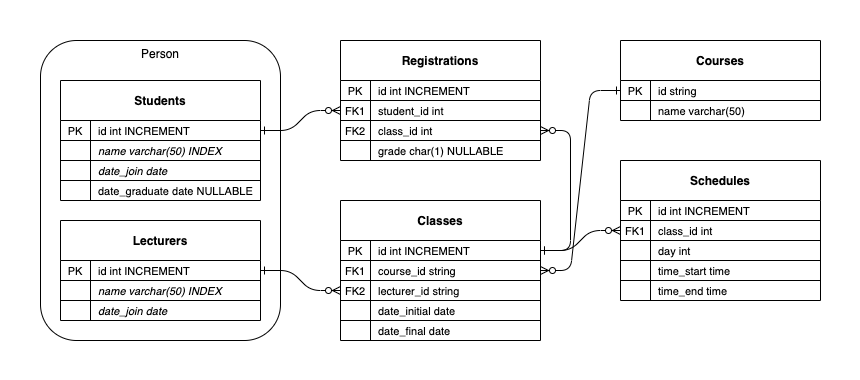
hanggrian/IIT-CS425 keeps this draw.io diagram as University Database/schema.png. Above is the earlier version. Source tidied: cells renumbered, new cells last; positions are measured from the earlier drawing's top-left corner, leaving out a move shared by most shapes.
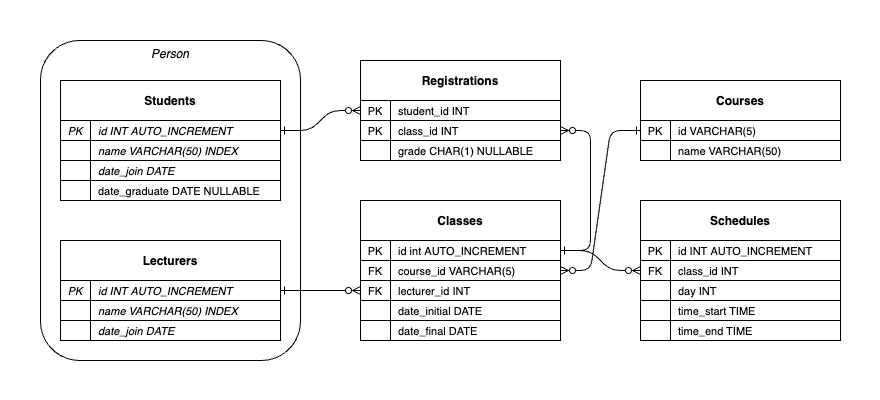
After the change.

Commit message:
Add Homework 1.3, new directory Slides, fix schema (composite key, invalid syntax, dimension & position)

The edit, as a diff of the source:
```diff
@@ -5,3 +5,3 @@
     <mxCell id="2" value="Courses" style="shape=table;startSize=40;rowLines=0;fontStyle=1;align=center;fontSize=12;swimlaneFillColor=none;" parent="1" vertex="1">
-      <mxGeometry x="580" width="200" height="80" as="geometry" />
+      <mxGeometry x="600" y="40" width="200" height="80" as="geometry" />
     </mxCell>
@@ -13,3 +13,3 @@
     </mxCell>
-    <mxCell id="5" value="id string" style="shape=partialRectangle;overflow=hidden;fillColor=none;top=0;left=0;bottom=0;right=0;align=left;spacingLeft=6;fontStyle=0;fontSize=11;" parent="3" vertex="1">
+    <mxCell id="5" value="id VARCHAR(5)" style="shape=partialRectangle;overflow=hidden;fillColor=none;top=0;left=0;bottom=0;right=0;align=left;spacingLeft=6;fontStyle=0;fontSize=11;" parent="3" vertex="1">
       <mxGeometry x="30" width="170" height="20" as="geometry" />
@@ -22,3 +22,3 @@
     </mxCell>
-    <mxCell id="8" value="name varchar(50)" style="shape=partialRectangle;overflow=hidden;fillColor=none;top=0;left=0;bottom=0;right=0;align=left;spacingLeft=6;fontSize=11;" parent="6" vertex="1">
+    <mxCell id="8" value="name VARCHAR(50)" style="shape=partialRectangle;overflow=hidden;fillColor=none;top=0;left=0;bottom=0;right=0;align=left;spacingLeft=6;fontSize=11;" parent="6" vertex="1">
       <mxGeometry x="30" width="170" height="20" as="geometry" />
@@ -26,3 +26,3 @@
     <mxCell id="9" value="Classes" style="shape=table;startSize=40;rowLines=0;fontStyle=1;align=center;fontSize=12;swimlaneFillColor=none;" parent="1" vertex="1">
-      <mxGeometry x="300" y="160" width="200" height="140" as="geometry" />
+      <mxGeometry x="320" y="160" width="200" height="140" as="geometry" />
     </mxCell>
@@ -34,3 +34,3 @@
     </mxCell>
-    <mxCell id="12" value="id int INCREMENT" style="shape=partialRectangle;overflow=hidden;fillColor=none;top=0;left=0;bottom=0;right=0;align=left;spacingLeft=6;fontStyle=0;fontSize=11;" parent="10" vertex="1">
+    <mxCell id="12" value="id int AUTO_INCREMENT" style="shape=partialRectangle;overflow=hidden;fillColor=none;top=0;left=0;bottom=0;right=0;align=left;spacingLeft=6;fontStyle=0;fontSize=11;" parent="10" vertex="1">
       <mxGeometry x="30" width="170" height="20" as="geometry" />
@@ -40,6 +40,6 @@
     </mxCell>
-    <mxCell id="14" value="FK1" style="shape=partialRectangle;fillColor=none;top=0;left=0;bottom=0;right=0;fontStyle=0;overflow=hidden;fontSize=11;" parent="13" vertex="1">
+    <mxCell id="14" value="FK" style="shape=partialRectangle;fillColor=none;top=0;left=0;bottom=0;right=0;fontStyle=0;overflow=hidden;fontSize=11;" parent="13" vertex="1">
       <mxGeometry width="30" height="20" as="geometry" />
     </mxCell>
-    <mxCell id="15" value="course_id string" style="shape=partialRectangle;fillColor=none;top=0;left=0;bottom=0;right=0;align=left;spacingLeft=6;fontStyle=0;overflow=hidden;fontSize=11;" parent="13" vertex="1">
+    <mxCell id="15" value="course_id VARCHAR(5)" style="shape=partialRectangle;fillColor=none;top=0;left=0;bottom=0;right=0;align=left;spacingLeft=6;fontStyle=0;overflow=hidden;fontSize=11;" parent="13" vertex="1">
       <mxGeometry x="30" width="170" height="20" as="geometry" />
@@ -49,6 +49,6 @@
     </mxCell>
-    <mxCell id="17" value="FK2" style="shape=partialRectangle;fillColor=none;top=0;left=0;bottom=0;right=0;fontStyle=0;overflow=hidden;fontSize=11;" parent="16" vertex="1">
+    <mxCell id="17" value="FK" style="shape=partialRectangle;fillColor=none;top=0;left=0;bottom=0;right=0;fontStyle=0;overflow=hidden;fontSize=11;" parent="16" vertex="1">
       <mxGeometry width="30" height="20" as="geometry" />
     </mxCell>
-    <mxCell id="18" value="lecturer_id string" style="shape=partialRectangle;fillColor=none;top=0;left=0;bottom=0;right=0;align=left;spacingLeft=6;fontStyle=0;overflow=hidden;fontSize=11;" parent="16" vertex="1">
+    <mxCell id="18" value="lecturer_id INT" style="shape=partialRectangle;fillColor=none;top=0;left=0;bottom=0;right=0;align=left;spacingLeft=6;fontStyle=0;overflow=hidden;fontSize=11;" parent="16" vertex="1">
       <mxGeometry x="30" width="170" height="20" as="geometry" />
@@ -61,3 +61,3 @@
     </mxCell>
-    <mxCell id="21" value="date_initial date" style="shape=partialRectangle;fillColor=none;top=0;left=0;bottom=0;right=0;align=left;spacingLeft=6;fontStyle=0;overflow=hidden;fontSize=11;" parent="19" vertex="1">
+    <mxCell id="21" value="date_initial DATE" style="shape=partialRectangle;fillColor=none;top=0;left=0;bottom=0;right=0;align=left;spacingLeft=6;fontStyle=0;overflow=hidden;fontSize=11;" parent="19" vertex="1">
       <mxGeometry x="30" width="170" height="20" as="geometry" />
@@ -70,3 +70,3 @@
     </mxCell>
-    <mxCell id="24" value="date_final date" style="shape=partialRectangle;overflow=hidden;fillColor=none;top=0;left=0;bottom=0;right=0;align=left;spacingLeft=6;fontSize=11;" parent="22" vertex="1">
+    <mxCell id="24" value="date_final DATE" style="shape=partialRectangle;overflow=hidden;fillColor=none;top=0;left=0;bottom=0;right=0;align=left;spacingLeft=6;fontSize=11;" parent="22" vertex="1">
       <mxGeometry x="30" width="170" height="20" as="geometry" />
@@ -80,3 +80,3 @@
     <mxCell id="27" value="Registrations" style="shape=table;startSize=40;rowLines=0;fontStyle=1;align=center;fontSize=12;swimlaneFillColor=none;" parent="1" vertex="1">
-      <mxGeometry x="300" width="200" height="120" as="geometry" />
+      <mxGeometry x="320" y="20" width="200" height="100" as="geometry" />
     </mxCell>
@@ -88,3 +88,3 @@
     </mxCell>
-    <mxCell id="30" value="id int INCREMENT" style="shape=partialRectangle;overflow=hidden;fillColor=none;top=0;left=0;bottom=0;right=0;align=left;spacingLeft=6;fontStyle=0;fontSize=11;" parent="28" vertex="1">
+    <mxCell id="30" value="student_id INT" style="shape=partialRectangle;overflow=hidden;fillColor=none;top=0;left=0;bottom=0;right=0;align=left;spacingLeft=6;fontStyle=0;fontSize=11;" parent="28" vertex="1">
       <mxGeometry x="30" width="170" height="20" as="geometry" />
@@ -94,19 +94,10 @@
     </mxCell>
-    <mxCell id="32" value="FK1" style="shape=partialRectangle;fillColor=none;top=0;left=0;bottom=0;right=0;fontStyle=0;overflow=hidden;fontSize=11;" parent="31" vertex="1">
+    <mxCell id="32" value="PK" style="shape=partialRectangle;fillColor=none;top=0;left=0;bottom=0;right=0;fontStyle=0;overflow=hidden;fontSize=11;" parent="31" vertex="1">
       <mxGeometry width="30" height="20" as="geometry" />
     </mxCell>
-    <mxCell id="33" value="student_id int" style="shape=partialRectangle;fillColor=none;top=0;left=0;bottom=0;right=0;align=left;spacingLeft=6;fontStyle=0;overflow=hidden;fontSize=11;" parent="31" vertex="1">
+    <mxCell id="33" value="class_id INT" style="shape=partialRectangle;fillColor=none;top=0;left=0;bottom=0;right=0;align=left;spacingLeft=6;fontStyle=0;overflow=hidden;fontSize=11;" parent="31" vertex="1">
       <mxGeometry x="30" width="170" height="20" as="geometry" />
     </mxCell>
-    <mxCell id="34" style="shape=partialRectangle;fillColor=none;top=0;left=0;bottom=1;right=0;points=[[0,0.5],[1,0.5]];portConstraint=eastwest;fontSize=11;" parent="27" vertex="1">
-      <mxGeometry y="80" width="200" height="20" as="geometry" />
-    </mxCell>
-    <mxCell id="35" value="FK2" style="shape=partialRectangle;fillColor=none;top=0;left=0;bottom=0;right=0;fontStyle=0;overflow=hidden;fontSize=11;" parent="34" vertex="1">
-      <mxGeometry width="30" height="20" as="geometry" />
-    </mxCell>
-    <mxCell id="36" value="class_id int" style="shape=partialRectangle;fillColor=none;top=0;left=0;bottom=0;right=0;align=left;spacingLeft=6;fontStyle=0;overflow=hidden;fontSize=11;" parent="34" vertex="1">
-      <mxGeometry x="30" width="170" height="20" as="geometry" />
-    </mxCell>
     <mxCell id="37" style="shape=partialRectangle;fillColor=none;top=0;left=0;right=0;bottom=0;fontSize=11;" parent="27" vertex="1">
-      <mxGeometry y="100" width="200" height="20" as="geometry" />
+      <mxGeometry y="80" width="200" height="20" as="geometry" />
     </mxCell>
@@ -115,9 +106,9 @@
     </mxCell>
-    <mxCell id="39" value="grade char(1) NULLABLE" style="shape=partialRectangle;overflow=hidden;fillColor=none;top=0;left=0;bottom=0;right=0;align=left;spacingLeft=6;fontSize=11;" parent="37" vertex="1">
+    <mxCell id="39" value="grade CHAR(1) NULLABLE" style="shape=partialRectangle;overflow=hidden;fillColor=none;top=0;left=0;bottom=0;right=0;align=left;spacingLeft=6;fontSize=11;" parent="37" vertex="1">
       <mxGeometry x="30" width="170" height="20" as="geometry" />
     </mxCell>
-    <mxCell id="40" style="edgeStyle=entityRelationEdgeStyle;endArrow=ERzeroToMany;startArrow=ERone;endFill=1;startFill=0;fontSize=11;entryX=0;entryY=0.5;entryDx=0;entryDy=0;exitX=1;exitY=0.5;exitDx=0;exitDy=0;" parent="1" edge="1" source="61" target="31">
+    <mxCell id="40" style="edgeStyle=entityRelationEdgeStyle;endArrow=ERzeroToMany;startArrow=ERone;endFill=1;startFill=0;fontSize=11;entryX=0;entryY=0.5;entryDx=0;entryDy=0;exitX=1;exitY=0.5;exitDx=0;exitDy=0;" parent="1" edge="1" source="61" target="28">
       <mxGeometry relative="1" as="geometry" />
     </mxCell>
-    <mxCell id="41" style="edgeStyle=entityRelationEdgeStyle;endArrow=ERzeroToMany;startArrow=ERone;endFill=1;startFill=0;fontSize=11;entryX=1;entryY=0.5;entryDx=0;entryDy=0;exitX=1;exitY=0.5;exitDx=0;exitDy=0;" parent="1" edge="1" source="10" target="34">
+    <mxCell id="41" style="edgeStyle=entityRelationEdgeStyle;endArrow=ERzeroToMany;startArrow=ERone;endFill=1;startFill=0;fontSize=11;entryX=1;entryY=0.5;entryDx=0;entryDy=0;exitX=1;exitY=0.5;exitDx=0;exitDy=0;" parent="1" edge="1" source="10" target="31">
       <mxGeometry relative="1" as="geometry" />
@@ -125,3 +116,3 @@
     <mxCell id="42" value="Schedules" style="shape=table;startSize=40;rowLines=0;fontStyle=1;align=center;fontSize=12;swimlaneFillColor=none;" parent="1" vertex="1">
-      <mxGeometry x="580" y="120" width="200" height="140" as="geometry" />
+      <mxGeometry x="600" y="160" width="200" height="140" as="geometry" />
     </mxCell>
@@ -133,3 +124,3 @@
     </mxCell>
-    <mxCell id="45" value="id int INCREMENT" style="shape=partialRectangle;overflow=hidden;fillColor=none;top=0;left=0;bottom=0;right=0;align=left;spacingLeft=6;fontStyle=0;fontSize=11;" parent="43" vertex="1">
+    <mxCell id="45" value="id INT AUTO_INCREMENT" style="shape=partialRectangle;overflow=hidden;fillColor=none;top=0;left=0;bottom=0;right=0;align=left;spacingLeft=6;fontStyle=0;fontSize=11;" parent="43" vertex="1">
       <mxGeometry x="30" width="170" height="20" as="geometry" />
@@ -139,6 +130,6 @@
     </mxCell>
-    <mxCell id="47" value="FK1" style="shape=partialRectangle;fillColor=none;top=0;left=0;bottom=0;right=0;fontStyle=0;overflow=hidden;fontSize=11;" parent="46" vertex="1">
+    <mxCell id="47" value="FK" style="shape=partialRectangle;fillColor=none;top=0;left=0;bottom=0;right=0;fontStyle=0;overflow=hidden;fontSize=11;" parent="46" vertex="1">
       <mxGeometry width="30" height="20" as="geometry" />
     </mxCell>
-    <mxCell id="48" value="class_id int" style="shape=partialRectangle;fillColor=none;top=0;left=0;bottom=0;right=0;align=left;spacingLeft=6;fontStyle=0;overflow=hidden;fontSize=11;" parent="46" vertex="1">
+    <mxCell id="48" value="class_id INT" style="shape=partialRectangle;fillColor=none;top=0;left=0;bottom=0;right=0;align=left;spacingLeft=6;fontStyle=0;overflow=hidden;fontSize=11;" parent="46" vertex="1">
       <mxGeometry x="30" width="170" height="20" as="geometry" />
@@ -151,3 +142,3 @@
     </mxCell>
-    <mxCell id="51" value="day int" style="shape=partialRectangle;fillColor=none;top=0;left=0;bottom=0;right=0;align=left;spacingLeft=6;fontStyle=0;overflow=hidden;fontSize=11;" parent="49" vertex="1">
+    <mxCell id="51" value="day INT" style="shape=partialRectangle;fillColor=none;top=0;left=0;bottom=0;right=0;align=left;spacingLeft=6;fontStyle=0;overflow=hidden;fontSize=11;" parent="49" vertex="1">
       <mxGeometry x="30" width="170" height="20" as="geometry" />
@@ -160,3 +151,3 @@
     </mxCell>
-    <mxCell id="54" value="time_start time" style="shape=partialRectangle;fillColor=none;top=0;left=0;bottom=0;right=0;align=left;spacingLeft=6;fontStyle=0;overflow=hidden;fontSize=11;" parent="52" vertex="1">
+    <mxCell id="54" value="time_start TIME" style="shape=partialRectangle;fillColor=none;top=0;left=0;bottom=0;right=0;align=left;spacingLeft=6;fontStyle=0;overflow=hidden;fontSize=11;" parent="52" vertex="1">
       <mxGeometry x="30" width="170" height="20" as="geometry" />
@@ -169,3 +160,3 @@
     </mxCell>
-    <mxCell id="57" value="time_end time" style="shape=partialRectangle;overflow=hidden;fillColor=none;top=0;left=0;bottom=0;right=0;align=left;spacingLeft=6;fontSize=11;" parent="55" vertex="1">
+    <mxCell id="57" value="time_end TIME" style="shape=partialRectangle;overflow=hidden;fillColor=none;top=0;left=0;bottom=0;right=0;align=left;spacingLeft=6;fontSize=11;" parent="55" vertex="1">
       <mxGeometry x="30" width="170" height="20" as="geometry" />
@@ -175,19 +166,19 @@
     </mxCell>
-    <mxCell id="59" value="Person" style="group;strokeColor=default;rounded=1;shadow=0;glass=0;" parent="1" vertex="1">
-      <mxGeometry width="240" height="300" as="geometry" />
+    <mxCell id="59" value="Person" style="group;strokeColor=default;rounded=1;shadow=0;glass=0;fontStyle=2;" parent="1" vertex="1">
+      <mxGeometry width="260" height="320" as="geometry" />
     </mxCell>
     <mxCell id="60" value="Students" style="shape=table;startSize=40;rowLines=0;fontStyle=1;align=center;fontSize=12;swimlaneFillColor=none;" parent="59" vertex="1">
-      <mxGeometry x="20" y="40" width="200" height="120" as="geometry" />
+      <mxGeometry x="20" y="40" width="220" height="120" as="geometry" />
     </mxCell>
     <mxCell id="61" style="shape=partialRectangle;fillColor=none;points=[[0,0.5],[1,0.5]];portConstraint=eastwest;top=0;left=0;right=0;bottom=1;fontSize=11;" parent="60" vertex="1">
-      <mxGeometry y="40" width="200" height="20" as="geometry" />
+      <mxGeometry y="40" width="220" height="20" as="geometry" />
     </mxCell>
-    <mxCell id="62" value="PK" style="shape=partialRectangle;overflow=hidden;fillColor=none;top=0;left=0;bottom=0;right=0;fontStyle=0;fontSize=11;" parent="61" vertex="1">
+    <mxCell id="62" value="PK" style="shape=partialRectangle;overflow=hidden;fillColor=none;top=0;left=0;bottom=0;right=0;fontStyle=2;fontSize=11;" parent="61" vertex="1">
       <mxGeometry width="30" height="20" as="geometry" />
     </mxCell>
-    <mxCell id="63" value="id int INCREMENT" style="shape=partialRectangle;overflow=hidden;fillColor=none;top=0;left=0;bottom=0;right=0;align=left;spacingLeft=6;fontStyle=0;fontSize=11;" parent="61" vertex="1">
-      <mxGeometry x="30" width="170" height="20" as="geometry" />
+    <mxCell id="63" value="id INT AUTO_INCREMENT" style="shape=partialRectangle;overflow=hidden;fillColor=none;top=0;left=0;bottom=0;right=0;align=left;spacingLeft=6;fontStyle=2;fontSize=11;" parent="61" vertex="1">
+      <mxGeometry x="30" width="190" height="20" as="geometry" />
     </mxCell>
     <mxCell id="64" style="shape=partialRectangle;fillColor=none;top=0;left=0;bottom=1;right=0;fontSize=11;" parent="60" vertex="1">
-      <mxGeometry y="60" width="200" height="20" as="geometry" />
+      <mxGeometry y="60" width="220" height="20" as="geometry" />
     </mxCell>
@@ -196,7 +187,7 @@
     </mxCell>
-    <mxCell id="66" value="name varchar(50) INDEX" style="shape=partialRectangle;fillColor=none;top=0;left=0;bottom=0;right=0;align=left;spacingLeft=6;fontStyle=2;overflow=hidden;fontSize=11;" parent="64" vertex="1">
-      <mxGeometry x="30" width="170" height="20" as="geometry" />
+    <mxCell id="66" value="name VARCHAR(50) INDEX" style="shape=partialRectangle;fillColor=none;top=0;left=0;bottom=0;right=0;align=left;spacingLeft=6;fontStyle=2;overflow=hidden;fontSize=11;" parent="64" vertex="1">
+      <mxGeometry x="30" width="190" height="20" as="geometry" />
     </mxCell>
     <mxCell id="67" style="shape=partialRectangle;fillColor=none;top=0;left=0;bottom=1;right=0;fontSize=11;" parent="60" vertex="1">
-      <mxGeometry y="80" width="200" height="20" as="geometry" />
+      <mxGeometry y="80" width="220" height="20" as="geometry" />
     </mxCell>
@@ -205,7 +196,7 @@
     </mxCell>
-    <mxCell id="69" value="date_join date" style="shape=partialRectangle;fillColor=none;top=0;left=0;bottom=0;right=0;align=left;spacingLeft=6;fontStyle=2;overflow=hidden;fontSize=11;" parent="67" vertex="1">
-      <mxGeometry x="30" width="170" height="20" as="geometry" />
+    <mxCell id="69" value="date_join DATE" style="shape=partialRectangle;fillColor=none;top=0;left=0;bottom=0;right=0;align=left;spacingLeft=6;fontStyle=2;overflow=hidden;fontSize=11;" parent="67" vertex="1">
+      <mxGeometry x="30" width="190" height="20" as="geometry" />
     </mxCell>
     <mxCell id="70" style="shape=partialRectangle;fillColor=none;top=0;left=0;right=0;bottom=0;fontSize=11;" parent="60" vertex="1">
-      <mxGeometry y="100" width="200" height="20" as="geometry" />
+      <mxGeometry y="100" width="220" height="20" as="geometry" />
     </mxCell>
@@ -214,19 +205,19 @@
     </mxCell>
-    <mxCell id="72" value="date_graduate date NULLABLE" style="shape=partialRectangle;overflow=hidden;fillColor=none;top=0;left=0;bottom=0;right=0;align=left;spacingLeft=6;fontSize=11;" parent="70" vertex="1">
-      <mxGeometry x="30" width="170" height="20" as="geometry" />
+    <mxCell id="72" value="date_graduate DATE NULLABLE" style="shape=partialRectangle;overflow=hidden;fillColor=none;top=0;left=0;bottom=0;right=0;align=left;spacingLeft=6;fontSize=11;" parent="70" vertex="1">
+      <mxGeometry x="30" width="190" height="20" as="geometry" />
     </mxCell>
     <mxCell id="73" value="Lecturers" style="shape=table;startSize=40;rowLines=0;fontStyle=1;align=center;fontSize=12;swimlaneFillColor=none;" parent="59" vertex="1">
-      <mxGeometry x="20" y="180" width="200" height="100" as="geometry" />
+      <mxGeometry x="20" y="200" width="220" height="100" as="geometry" />
     </mxCell>
     <mxCell id="74" style="shape=partialRectangle;fillColor=none;points=[[0,0.5],[1,0.5]];portConstraint=eastwest;top=0;left=0;right=0;bottom=1;fontSize=11;" parent="73" vertex="1">
-      <mxGeometry y="40" width="200" height="20" as="geometry" />
+      <mxGeometry y="40" width="220" height="20" as="geometry" />
     </mxCell>
-    <mxCell id="75" value="PK" style="shape=partialRectangle;overflow=hidden;fillColor=none;top=0;left=0;bottom=0;right=0;fontStyle=0;fontSize=11;" parent="74" vertex="1">
+    <mxCell id="75" value="PK" style="shape=partialRectangle;overflow=hidden;fillColor=none;top=0;left=0;bottom=0;right=0;fontStyle=2;fontSize=11;" parent="74" vertex="1">
       <mxGeometry width="30" height="20" as="geometry" />
     </mxCell>
-    <mxCell id="76" value="id int INCREMENT" style="shape=partialRectangle;overflow=hidden;fillColor=none;top=0;left=0;bottom=0;right=0;align=left;spacingLeft=6;fontStyle=0;fontSize=11;" parent="74" vertex="1">
-      <mxGeometry x="30" width="170" height="20" as="geometry" />
+    <mxCell id="76" value="id INT AUTO_INCREMENT" style="shape=partialRectangle;overflow=hidden;fillColor=none;top=0;left=0;bottom=0;right=0;align=left;spacingLeft=6;fontStyle=2;fontSize=11;" parent="74" vertex="1">
+      <mxGeometry x="30" width="190" height="20" as="geometry" />
     </mxCell>
     <mxCell id="77" style="shape=partialRectangle;fillColor=none;top=0;left=0;bottom=1;right=0;fontSize=11;" parent="73" vertex="1">
-      <mxGeometry y="60" width="200" height="20" as="geometry" />
+      <mxGeometry y="60" width="220" height="20" as="geometry" />
     </mxCell>
@@ -235,7 +226,7 @@
     </mxCell>
-    <mxCell id="79" value="name varchar(50) INDEX" style="shape=partialRectangle;fillColor=none;top=0;left=0;bottom=0;right=0;align=left;spacingLeft=6;fontStyle=2;overflow=hidden;fontSize=11;" parent="77" vertex="1">
-      <mxGeometry x="30" width="170" height="20" as="geometry" />
+    <mxCell id="79" value="name VARCHAR(50) INDEX" style="shape=partialRectangle;fillColor=none;top=0;left=0;bottom=0;right=0;align=left;spacingLeft=6;fontStyle=2;overflow=hidden;fontSize=11;" parent="77" vertex="1">
+      <mxGeometry x="30" width="190" height="20" as="geometry" />
     </mxCell>
     <mxCell id="80" style="shape=partialRectangle;fillColor=none;top=0;left=0;right=0;bottom=0;fontSize=11;" parent="73" vertex="1">
-      <mxGeometry y="80" width="200" height="20" as="geometry" />
+      <mxGeometry y="80" width="220" height="20" as="geometry" />
     </mxCell>
@@ -244,4 +235,4 @@
     </mxCell>
-    <mxCell id="82" value="date_join date" style="shape=partialRectangle;overflow=hidden;fillColor=none;top=0;left=0;bottom=0;right=0;align=left;spacingLeft=6;fontSize=11;fontStyle=2;" parent="80" vertex="1">
-      <mxGeometry x="30" width="170" height="20" as="geometry" />
+    <mxCell id="82" value="date_join DATE" style="shape=partialRectangle;overflow=hidden;fillColor=none;top=0;left=0;bottom=0;right=0;align=left;spacingLeft=6;fontSize=11;fontStyle=2;" parent="80" vertex="1">
+      <mxGeometry x="30" width="190" height="20" as="geometry" />
     </mxCell>
```
